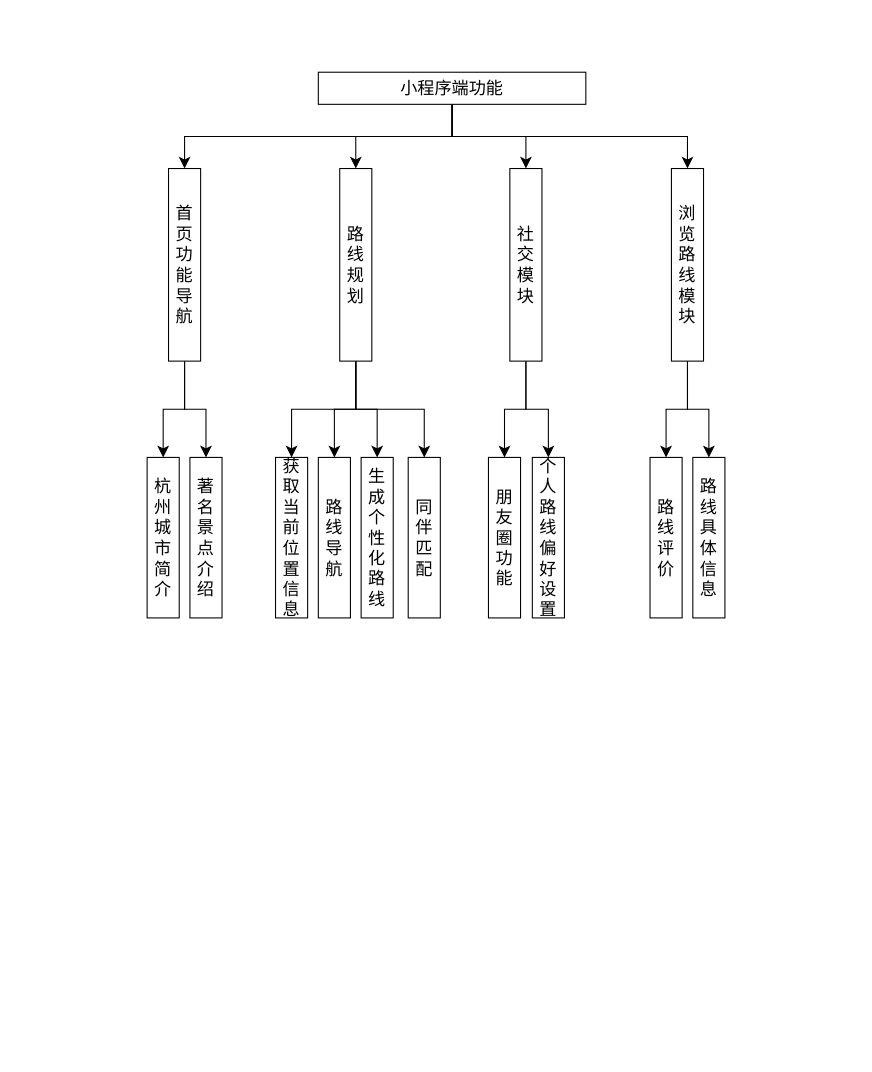
This is 未命名绘图.drawio from PretendYz/Learn-html, a draw.io file, before an edit. Source tidied: cells renumbered, new cells numbered last; positions are measured from the earlier drawing's top-left corner, leaving out a move shared by most shapes. Both pictures are drawn from the tidied source at 107%, with x=0, y=0 at pixel (147, 72).
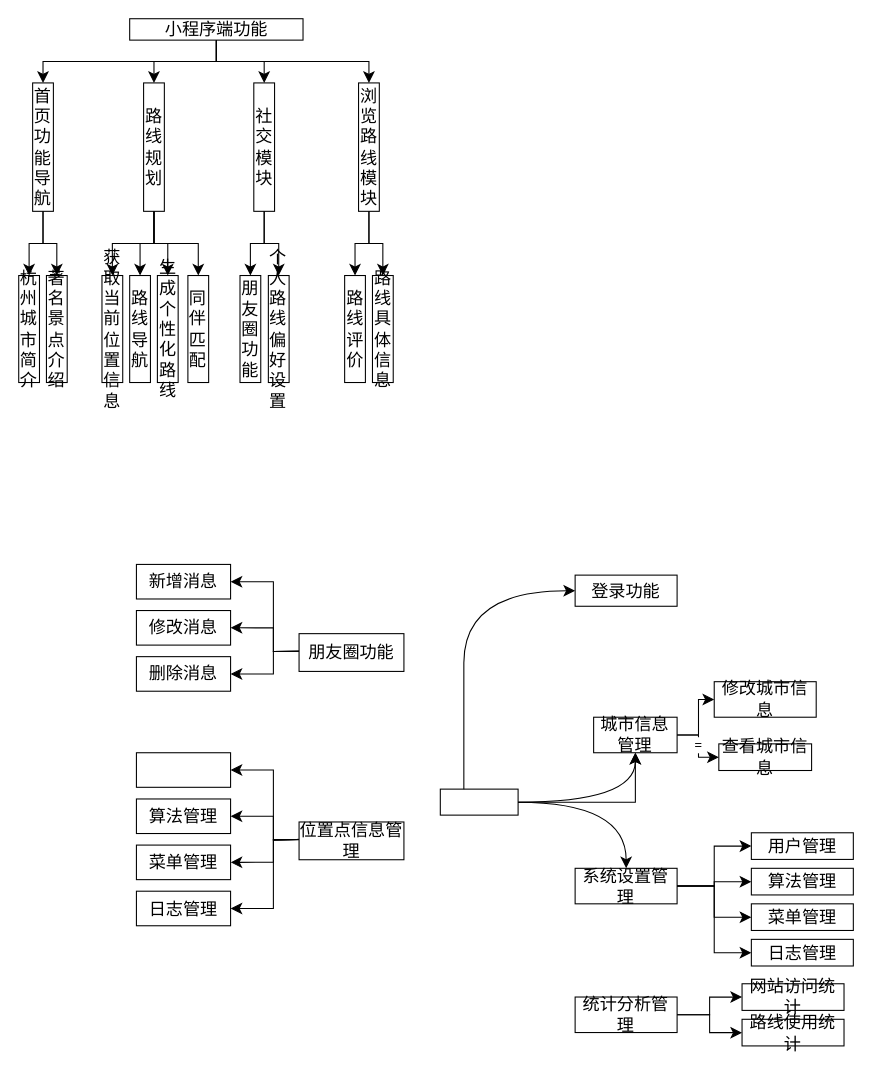
The same page after the edit.

Change to the diagram source:
```diff
@@
+    <mxCell id="31" style="group;" parent="1" vertex="1">
+      <mxGeometry x="-120" y="-50" width="350" height="340" as="geometry" />
+    </mxCell>
+    <mxCell id="6" value="小程序端功能" style="rounded=0;whiteSpace=wrap;html=1;fontSize=16;" parent="31" vertex="1">
+      <mxGeometry x="103.7" width="162" height="20" as="geometry" />
+    </mxCell>
+    <mxCell id="9" value="首页功能导航" style="rounded=0;whiteSpace=wrap;html=1;fontSize=16;" parent="31" vertex="1">
+      <mxGeometry x="13" y="60" width="19.4" height="120" as="geometry" />
+    </mxCell>
-    <mxCell id="2" style="edgeStyle=orthogonalEdgeStyle;rounded=0;jettySize=auto;html=1;exitX=0.5;exitY=1;exitDx=0;exitDy=0;entryX=0.5;entryY=0;entryDx=0;entryDy=0;fontSize=12;startSize=8;endSize=8;" parent="1" edge="1" source="6" target="9">
+    <mxCell id="2" style="edgeStyle=orthogonalEdgeStyle;rounded=0;jettySize=auto;html=1;exitX=0.5;exitY=1;exitDx=0;exitDy=0;entryX=0.5;entryY=0;entryDx=0;entryDy=0;fontSize=12;startSize=8;endSize=8;" parent="31" edge="1" source="6" target="9">
       <mxGeometry relative="1" as="geometry" />
     </mxCell>
-    <mxCell id="3" style="edgeStyle=orthogonalEdgeStyle;rounded=0;jettySize=auto;html=1;fontSize=12;startSize=8;endSize=8;" parent="1" edge="1" source="6" target="17">
-      <mxGeometry relative="1" as="geometry" />
-    </mxCell>
-    <mxCell id="4" style="edgeStyle=orthogonalEdgeStyle;rounded=0;jettySize=auto;html=1;fontSize=12;startSize=8;endSize=8;" parent="1" edge="1" source="6" target="20">
-      <mxGeometry relative="1" as="geometry" />
-    </mxCell>
-    <mxCell id="5" style="edgeStyle=orthogonalEdgeStyle;rounded=0;jettySize=auto;html=1;fontSize=12;startSize=8;endSize=8;exitX=0.5;exitY=1;exitDx=0;exitDy=0;" parent="1" edge="1" source="6" target="27">
-      <mxGeometry relative="1" as="geometry" />
-    </mxCell>
-    <mxCell id="6" value="小程序端功能" style="rounded=0;whiteSpace=wrap;html=1;fontSize=16;" parent="1" vertex="1">
-      <mxGeometry x="160" width="250" height="30" as="geometry" />
-    </mxCell>
+    <mxCell id="10" value="杭州城市简介" style="whiteSpace=wrap;html=1;fontSize=16;rounded=0;" parent="31" vertex="1">
+      <mxGeometry y="240" width="19.4" height="100" as="geometry" />
+    </mxCell>
-    <mxCell id="7" style="edgeStyle=orthogonalEdgeStyle;rounded=0;jettySize=auto;html=1;entryX=0.5;entryY=0;entryDx=0;entryDy=0;fontSize=12;startSize=8;endSize=8;" parent="1" edge="1" source="9" target="10">
+    <mxCell id="7" style="edgeStyle=orthogonalEdgeStyle;rounded=0;jettySize=auto;html=1;entryX=0.5;entryY=0;entryDx=0;entryDy=0;fontSize=12;startSize=8;endSize=8;" parent="31" edge="1" source="9" target="10">
       <mxGeometry relative="1" as="geometry" />
     </mxCell>
+    <mxCell id="11" value="著名景点介绍" style="whiteSpace=wrap;html=1;fontSize=16;rounded=0;" parent="31" vertex="1">
+      <mxGeometry x="25.9" y="240" width="19.4" height="100" as="geometry" />
+    </mxCell>
-    <mxCell id="8" style="edgeStyle=orthogonalEdgeStyle;rounded=0;jettySize=auto;html=1;entryX=0.5;entryY=0;entryDx=0;entryDy=0;fontSize=12;startSize=8;endSize=8;" parent="1" edge="1" source="9" target="11">
+    <mxCell id="8" style="edgeStyle=orthogonalEdgeStyle;rounded=0;jettySize=auto;html=1;entryX=0.5;entryY=0;entryDx=0;entryDy=0;fontSize=12;startSize=8;endSize=8;" parent="31" edge="1" source="9" target="11">
       <mxGeometry relative="1" as="geometry" />
     </mxCell>
-    <mxCell id="9" value="首页功能导航" style="rounded=0;whiteSpace=wrap;html=1;fontSize=16;" parent="1" vertex="1">
-      <mxGeometry x="20" y="90" width="30" height="180" as="geometry" />
-    </mxCell>
-    <mxCell id="10" value="杭州城市简介" style="whiteSpace=wrap;html=1;fontSize=16;rounded=0;" parent="1" vertex="1">
-      <mxGeometry y="360" width="30" height="150" as="geometry" />
-    </mxCell>
-    <mxCell id="11" value="著名景点介绍" style="whiteSpace=wrap;html=1;fontSize=16;rounded=0;" parent="1" vertex="1">
-      <mxGeometry x="40" y="360" width="30" height="150" as="geometry" />
-    </mxCell>
-    <mxCell id="12" value="获取当前位置信息" style="whiteSpace=wrap;html=1;fontSize=16;rounded=0;" parent="1" vertex="1">
-      <mxGeometry x="120" y="360" width="30" height="150" as="geometry" />
+    <mxCell id="12" value="获取当前位置信息" style="whiteSpace=wrap;html=1;fontSize=16;rounded=0;" parent="31" vertex="1">
+      <mxGeometry x="77.8" y="240" width="19.4" height="100" as="geometry" />
     </mxCell>
-    <mxCell id="13" style="edgeStyle=orthogonalEdgeStyle;rounded=0;jettySize=auto;html=1;entryX=0.5;entryY=0;entryDx=0;entryDy=0;fontSize=12;startSize=8;endSize=8;exitX=0.5;exitY=1;exitDx=0;exitDy=0;" parent="1" edge="1" source="17" target="12">
+    <mxCell id="13" style="edgeStyle=orthogonalEdgeStyle;rounded=0;jettySize=auto;html=1;entryX=0.5;entryY=0;entryDx=0;entryDy=0;fontSize=12;startSize=8;endSize=8;exitX=0.5;exitY=1;exitDx=0;exitDy=0;" parent="31" edge="1" source="17" target="12">
       <mxGeometry relative="1" as="geometry" />
     </mxCell>
+    <mxCell id="17" value="路线规划" style="rounded=0;whiteSpace=wrap;html=1;fontSize=16;" parent="31" vertex="1">
+      <mxGeometry x="116.7" y="60" width="19.4" height="120" as="geometry" />
+    </mxCell>
+    <mxCell id="3" style="edgeStyle=orthogonalEdgeStyle;rounded=0;jettySize=auto;html=1;fontSize=12;startSize=8;endSize=8;" parent="31" edge="1" source="6" target="17">
+      <mxGeometry relative="1" as="geometry" />
+    </mxCell>
+    <mxCell id="20" value="社交模块" style="rounded=0;whiteSpace=wrap;html=1;fontSize=16;" parent="31" vertex="1">
+      <mxGeometry x="219.7" y="60" width="19.4" height="120" as="geometry" />
+    </mxCell>
+    <mxCell id="4" style="edgeStyle=orthogonalEdgeStyle;rounded=0;jettySize=auto;html=1;fontSize=12;startSize=8;endSize=8;" parent="31" edge="1" source="6" target="20">
+      <mxGeometry relative="1" as="geometry" />
+    </mxCell>
+    <mxCell id="21" value="生成个性化路线" style="whiteSpace=wrap;html=1;fontSize=16;rounded=0;" parent="31" vertex="1">
+      <mxGeometry x="129.6" y="240" width="19.4" height="100" as="geometry" />
+    </mxCell>
+    <mxCell id="15" style="edgeStyle=orthogonalEdgeStyle;rounded=0;jettySize=auto;html=1;fontSize=12;startSize=8;endSize=8;exitX=0.5;exitY=1;exitDx=0;exitDy=0;" parent="31" edge="1" source="17" target="21">
+      <mxGeometry relative="1" as="geometry" />
+    </mxCell>
+    <mxCell id="22" value="朋友圈功能" style="whiteSpace=wrap;html=1;fontSize=16;rounded=0;" parent="31" vertex="1">
+      <mxGeometry x="206.8" y="240" width="19.4" height="100" as="geometry" />
+    </mxCell>
+    <mxCell id="18" style="edgeStyle=orthogonalEdgeStyle;rounded=0;jettySize=auto;html=1;entryX=0.5;entryY=0;entryDx=0;entryDy=0;fontSize=12;startSize=8;endSize=8;" parent="31" edge="1" source="20" target="22">
+      <mxGeometry relative="1" as="geometry" />
+    </mxCell>
+    <mxCell id="23" value="个人路线偏好设置" style="whiteSpace=wrap;html=1;fontSize=16;rounded=0;" parent="31" vertex="1">
+      <mxGeometry x="233.3" y="240" width="19.4" height="100" as="geometry" />
+    </mxCell>
+    <mxCell id="19" style="edgeStyle=orthogonalEdgeStyle;rounded=0;jettySize=auto;html=1;entryX=0.5;entryY=0;entryDx=0;entryDy=0;fontSize=12;startSize=8;endSize=8;exitX=0.5;exitY=1;exitDx=0;exitDy=0;" parent="31" edge="1" source="20" target="23">
+      <mxGeometry relative="1" as="geometry" />
+    </mxCell>
+    <mxCell id="24" value="同伴匹配" style="whiteSpace=wrap;html=1;fontSize=16;rounded=0;" parent="31" vertex="1">
+      <mxGeometry x="158.1" y="240" width="19.4" height="100" as="geometry" />
+    </mxCell>
+    <mxCell id="16" style="edgeStyle=orthogonalEdgeStyle;rounded=0;jettySize=auto;html=1;entryX=0.5;entryY=0;entryDx=0;entryDy=0;fontSize=12;startSize=8;endSize=8;exitX=0.5;exitY=1;exitDx=0;exitDy=0;" parent="31" edge="1" source="17" target="24">
+      <mxGeometry relative="1" as="geometry" />
+    </mxCell>
+    <mxCell id="27" value="浏览路线模块" style="rounded=0;whiteSpace=wrap;html=1;fontSize=16;" parent="31" vertex="1">
+      <mxGeometry x="317.6" y="60" width="19.4" height="120" as="geometry" />
+    </mxCell>
+    <mxCell id="5" style="edgeStyle=orthogonalEdgeStyle;rounded=0;jettySize=auto;html=1;fontSize=12;startSize=8;endSize=8;exitX=0.5;exitY=1;exitDx=0;exitDy=0;" parent="31" edge="1" source="6" target="27">
+      <mxGeometry relative="1" as="geometry" />
+    </mxCell>
+    <mxCell id="28" value="路线评价" style="whiteSpace=wrap;html=1;fontSize=16;rounded=0;" parent="31" vertex="1">
+      <mxGeometry x="304.6" y="240" width="19.4" height="100" as="geometry" />
+    </mxCell>
+    <mxCell id="25" style="edgeStyle=orthogonalEdgeStyle;rounded=0;jettySize=auto;html=1;entryX=0.5;entryY=0;entryDx=0;entryDy=0;fontSize=12;startSize=8;endSize=8;" parent="31" edge="1" source="27" target="28">
+      <mxGeometry relative="1" as="geometry" />
+    </mxCell>
+    <mxCell id="29" value="路线具体信息" style="whiteSpace=wrap;html=1;fontSize=16;rounded=0;" parent="31" vertex="1">
+      <mxGeometry x="330.6" y="240" width="19.4" height="100" as="geometry" />
+    </mxCell>
+    <mxCell id="26" style="edgeStyle=orthogonalEdgeStyle;rounded=0;jettySize=auto;html=1;entryX=0.5;entryY=0;entryDx=0;entryDy=0;fontSize=12;startSize=8;endSize=8;" parent="31" edge="1" source="27" target="29">
+      <mxGeometry relative="1" as="geometry" />
+    </mxCell>
+    <mxCell id="30" value="路线导航" style="whiteSpace=wrap;html=1;fontSize=16;rounded=0;" parent="31" vertex="1">
+      <mxGeometry x="103.7" y="240" width="19.4" height="100" as="geometry" />
+    </mxCell>
-    <mxCell id="14" style="edgeStyle=orthogonalEdgeStyle;rounded=0;jettySize=auto;html=1;entryX=0.5;entryY=0;entryDx=0;entryDy=0;fontSize=12;startSize=8;endSize=8;" parent="1" edge="1" source="17" target="30">
+    <mxCell id="14" style="edgeStyle=orthogonalEdgeStyle;rounded=0;jettySize=auto;html=1;entryX=0.5;entryY=0;entryDx=0;entryDy=0;fontSize=12;startSize=8;endSize=8;" parent="31" edge="1" source="17" target="30">
       <mxGeometry relative="1" as="geometry" />
     </mxCell>
-    <mxCell id="15" style="edgeStyle=orthogonalEdgeStyle;rounded=0;jettySize=auto;html=1;fontSize=12;startSize=8;endSize=8;exitX=0.5;exitY=1;exitDx=0;exitDy=0;" parent="1" edge="1" source="17" target="21">
-      <mxGeometry relative="1" as="geometry" />
-    </mxCell>
-    <mxCell id="16" style="edgeStyle=orthogonalEdgeStyle;rounded=0;jettySize=auto;html=1;entryX=0.5;entryY=0;entryDx=0;entryDy=0;fontSize=12;startSize=8;endSize=8;exitX=0.5;exitY=1;exitDx=0;exitDy=0;" parent="1" edge="1" source="17" target="24">
-      <mxGeometry relative="1" as="geometry" />
-    </mxCell>
-    <mxCell id="17" value="路线规划" style="rounded=0;whiteSpace=wrap;html=1;fontSize=16;" parent="1" vertex="1">
-      <mxGeometry x="180" y="90" width="30" height="180" as="geometry" />
-    </mxCell>
-    <mxCell id="18" style="edgeStyle=orthogonalEdgeStyle;rounded=0;jettySize=auto;html=1;entryX=0.5;entryY=0;entryDx=0;entryDy=0;fontSize=12;startSize=8;endSize=8;" parent="1" edge="1" source="20" target="22">
-      <mxGeometry relative="1" as="geometry" />
-    </mxCell>
-    <mxCell id="19" style="edgeStyle=orthogonalEdgeStyle;rounded=0;jettySize=auto;html=1;entryX=0.5;entryY=0;entryDx=0;entryDy=0;fontSize=12;startSize=8;endSize=8;exitX=0.5;exitY=1;exitDx=0;exitDy=0;" parent="1" edge="1" source="20" target="23">
-      <mxGeometry relative="1" as="geometry" />
-    </mxCell>
-    <mxCell id="20" value="社交模块" style="rounded=0;whiteSpace=wrap;html=1;fontSize=16;" parent="1" vertex="1">
-      <mxGeometry x="339" y="90" width="30" height="180" as="geometry" />
-    </mxCell>
-    <mxCell id="21" value="生成个性化路线" style="whiteSpace=wrap;html=1;fontSize=16;rounded=0;" parent="1" vertex="1">
-      <mxGeometry x="200" y="360" width="30" height="150" as="geometry" />
-    </mxCell>
-    <mxCell id="22" value="朋友圈功能" style="whiteSpace=wrap;html=1;fontSize=16;rounded=0;" parent="1" vertex="1">
-      <mxGeometry x="319" y="360" width="30" height="150" as="geometry" />
-    </mxCell>
-    <mxCell id="23" value="个人路线偏好设置" style="whiteSpace=wrap;html=1;fontSize=16;rounded=0;" parent="1" vertex="1">
-      <mxGeometry x="360" y="360" width="30" height="150" as="geometry" />
-    </mxCell>
-    <mxCell id="24" value="同伴匹配" style="whiteSpace=wrap;html=1;fontSize=16;rounded=0;" parent="1" vertex="1">
-      <mxGeometry x="244" y="360" width="30" height="150" as="geometry" />
-    </mxCell>
-    <mxCell id="25" style="edgeStyle=orthogonalEdgeStyle;rounded=0;jettySize=auto;html=1;entryX=0.5;entryY=0;entryDx=0;entryDy=0;fontSize=12;startSize=8;endSize=8;" parent="1" edge="1" source="27" target="28">
-      <mxGeometry relative="1" as="geometry" />
-    </mxCell>
-    <mxCell id="26" style="edgeStyle=orthogonalEdgeStyle;rounded=0;jettySize=auto;html=1;entryX=0.5;entryY=0;entryDx=0;entryDy=0;fontSize=12;startSize=8;endSize=8;" parent="1" edge="1" source="27" target="29">
-      <mxGeometry relative="1" as="geometry" />
-    </mxCell>
-    <mxCell id="27" value="浏览路线模块" style="rounded=0;whiteSpace=wrap;html=1;fontSize=16;" parent="1" vertex="1">
-      <mxGeometry x="490" y="90" width="30" height="180" as="geometry" />
-    </mxCell>
-    <mxCell id="28" value="路线评价" style="whiteSpace=wrap;html=1;fontSize=16;rounded=0;" parent="1" vertex="1">
-      <mxGeometry x="470" y="360" width="30" height="150" as="geometry" />
-    </mxCell>
-    <mxCell id="29" value="路线具体信息" style="whiteSpace=wrap;html=1;fontSize=16;rounded=0;" parent="1" vertex="1">
-      <mxGeometry x="510" y="360" width="30" height="150" as="geometry" />
-    </mxCell>
-    <mxCell id="30" value="路线导航" style="whiteSpace=wrap;html=1;fontSize=16;rounded=0;" parent="1" vertex="1">
-      <mxGeometry x="160" y="360" width="30" height="150" as="geometry" />
-    </mxCell>
+    <mxCell id="32" style="rounded=0;whiteSpace=wrap;html=1;fontSize=16;" parent="1" vertex="1">
+      <mxGeometry x="274" y="670" width="72.7" height="24.3" as="geometry" />
+    </mxCell>
+    <mxCell id="33" value="登录功能" style="rounded=0;whiteSpace=wrap;html=1;fontSize=16;" parent="1" vertex="1">
+      <mxGeometry x="400" y="470" width="95.3" height="29.1" as="geometry" />
+    </mxCell>
+    <mxCell id="34" style="edgeStyle=orthogonalEdgeStyle;rounded=0;jettySize=auto;html=1;fontSize=12;startSize=8;endSize=8;curved=1;" parent="1" edge="1" source="32" target="33">
+      <mxGeometry relative="1" as="geometry">
+        <Array as="points">
+          <mxPoint x="296" y="619.4" />
+          <mxPoint x="296" y="484.1" />
+        </Array>
+      </mxGeometry>
+    </mxCell>
+    <mxCell id="35" value="城市信息管理" style="rounded=0;whiteSpace=wrap;html=1;fontSize=16;" parent="1" vertex="1">
+      <mxGeometry x="417.3" y="602.8" width="78" height="33.2" as="geometry" />
+    </mxCell>
+    <mxCell id="36" style="edgeStyle=orthogonalEdgeStyle;rounded=0;jettySize=auto;html=1;fontSize=12;startSize=8;endSize=8;" parent="1" edge="1" source="32" target="35">
+      <mxGeometry relative="1" as="geometry" />
+    </mxCell>
+    <mxCell id="37" style="edgeStyle=orthogonalEdgeStyle;rounded=0;jettySize=auto;html=1;fontSize=12;startSize=8;endSize=8;curved=1;" parent="1" edge="1" source="32" target="35">
+      <mxGeometry relative="1" as="geometry" />
+    </mxCell>
+    <mxCell id="38" value="修改城市信息" style="whiteSpace=wrap;html=1;fontSize=16;rounded=0;" parent="1" vertex="1">
+      <mxGeometry x="530" y="569.6" width="95.3" height="33.2" as="geometry" />
+    </mxCell>
+    <mxCell id="39" style="edgeStyle=orthogonalEdgeStyle;rounded=0;jettySize=auto;html=1;fontSize=12;startSize=8;endSize=8;" parent="1" edge="1" source="35" target="38">
+      <mxGeometry relative="1" as="geometry" />
+    </mxCell>
+    <mxCell id="40" value="查看城市信息" style="whiteSpace=wrap;html=1;fontSize=16;rounded=0;" parent="1" vertex="1">
+      <mxGeometry x="534.3" y="627.7" width="86.7" height="24.9" as="geometry" />
+    </mxCell>
+    <mxCell id="41" value="=" style="edgeStyle=orthogonalEdgeStyle;rounded=0;jettySize=auto;html=1;fontSize=12;startSize=8;endSize=8;" parent="1" edge="1" source="35" target="40">
+      <mxGeometry relative="1" as="geometry" />
+    </mxCell>
+    <mxCell id="42" value="系统设置管理" style="rounded=0;whiteSpace=wrap;html=1;fontSize=16;" parent="1" vertex="1">
+      <mxGeometry x="400" y="744" width="95.3" height="33.2" as="geometry" />
+    </mxCell>
+    <mxCell id="43" style="edgeStyle=orthogonalEdgeStyle;rounded=0;jettySize=auto;html=1;fontSize=12;startSize=8;endSize=8;curved=1;" parent="1" edge="1" source="32" target="42">
+      <mxGeometry relative="1" as="geometry" />
+    </mxCell>
+    <mxCell id="44" value="用户管理" style="whiteSpace=wrap;html=1;fontSize=16;rounded=0;" parent="1" vertex="1">
+      <mxGeometry x="564.7" y="710.8" width="95.3" height="24.9" as="geometry" />
+    </mxCell>
+    <mxCell id="45" style="edgeStyle=orthogonalEdgeStyle;rounded=0;jettySize=auto;html=1;fontSize=12;startSize=8;endSize=8;entryX=0;entryY=0.5;entryDx=0;entryDy=0;" parent="1" edge="1" source="42" target="44">
+      <mxGeometry relative="1" as="geometry" />
+    </mxCell>
+    <mxCell id="46" value="算法管理" style="whiteSpace=wrap;html=1;fontSize=16;rounded=0;" parent="1" vertex="1">
+      <mxGeometry x="564.7" y="744" width="95.3" height="24.9" as="geometry" />
+    </mxCell>
+    <mxCell id="47" style="edgeStyle=orthogonalEdgeStyle;rounded=0;jettySize=auto;html=1;fontSize=12;startSize=8;endSize=8;" parent="1" edge="1" source="42" target="46">
+      <mxGeometry relative="1" as="geometry" />
+    </mxCell>
+    <mxCell id="48" value="菜单管理" style="whiteSpace=wrap;html=1;fontSize=16;rounded=0;" parent="1" vertex="1">
+      <mxGeometry x="564.7" y="777.2" width="95.3" height="24.9" as="geometry" />
+    </mxCell>
+    <mxCell id="49" style="edgeStyle=orthogonalEdgeStyle;rounded=0;jettySize=auto;html=1;fontSize=12;startSize=8;endSize=8;entryX=0;entryY=0.5;entryDx=0;entryDy=0;" parent="1" edge="1" source="42" target="48">
+      <mxGeometry relative="1" as="geometry" />
+    </mxCell>
+    <mxCell id="50" value="日志管理" style="whiteSpace=wrap;html=1;fontSize=16;rounded=0;" parent="1" vertex="1">
+      <mxGeometry x="564.7" y="810.4" width="95.3" height="24.9" as="geometry" />
+    </mxCell>
+    <mxCell id="51" style="edgeStyle=orthogonalEdgeStyle;rounded=0;jettySize=auto;html=1;exitX=1;exitY=0.5;exitDx=0;exitDy=0;entryX=0;entryY=0.5;entryDx=0;entryDy=0;fontSize=12;startSize=8;endSize=8;" parent="1" edge="1" source="42" target="50">
+      <mxGeometry relative="1" as="geometry" />
+    </mxCell>
+    <mxCell id="52" value="统计分析管理" style="rounded=0;whiteSpace=wrap;html=1;fontSize=16;" parent="1" vertex="1">
+      <mxGeometry x="400" y="864.3" width="95.3" height="33.2" as="geometry" />
+    </mxCell>
+    <mxCell id="53" value="网站访问统计" style="whiteSpace=wrap;html=1;fontSize=16;rounded=0;" parent="1" vertex="1">
+      <mxGeometry x="556" y="851.9" width="95.3" height="24.9" as="geometry" />
+    </mxCell>
+    <mxCell id="54" style="edgeStyle=orthogonalEdgeStyle;rounded=0;jettySize=auto;html=1;fontSize=12;startSize=8;endSize=8;entryX=0;entryY=0.5;entryDx=0;entryDy=0;" parent="1" edge="1" source="52" target="53">
+      <mxGeometry relative="1" as="geometry" />
+    </mxCell>
+    <mxCell id="55" value="路线使用统计" style="whiteSpace=wrap;html=1;fontSize=16;rounded=0;" parent="1" vertex="1">
+      <mxGeometry x="556" y="885.1" width="95.3" height="24.9" as="geometry" />
+    </mxCell>
+    <mxCell id="56" style="edgeStyle=orthogonalEdgeStyle;rounded=0;jettySize=auto;html=1;fontSize=12;startSize=8;endSize=8;" parent="1" edge="1" source="52" target="55">
+      <mxGeometry relative="1" as="geometry" />
+    </mxCell>
+    <mxCell id="57" style="edgeStyle=orthogonalEdgeStyle;rounded=0;jettySize=auto;html=1;fontSize=12;startSize=8;endSize=8;entryX=1;entryY=0.5;entryDx=0;entryDy=0;" parent="1" edge="1" target="61">
+      <mxGeometry relative="1" as="geometry">
+        <mxPoint x="158" y="540.9" as="sourcePoint" />
+      </mxGeometry>
+    </mxCell>
+    <mxCell id="58" style="edgeStyle=orthogonalEdgeStyle;rounded=0;jettySize=auto;html=1;fontSize=12;startSize=8;endSize=8;entryX=1;entryY=0.5;entryDx=0;entryDy=0;" parent="1" edge="1" target="62">
+      <mxGeometry relative="1" as="geometry">
+        <mxPoint x="158" y="540.9" as="sourcePoint" />
+      </mxGeometry>
+    </mxCell>
+    <mxCell id="59" style="edgeStyle=orthogonalEdgeStyle;rounded=0;jettySize=auto;html=1;fontSize=12;startSize=8;endSize=8;entryX=1;entryY=0.5;entryDx=0;entryDy=0;" parent="1" edge="1" target="63">
+      <mxGeometry relative="1" as="geometry">
+        <mxPoint x="158" y="540.9" as="sourcePoint" />
+      </mxGeometry>
+    </mxCell>
+    <mxCell id="60" value="朋友圈功能" style="rounded=0;whiteSpace=wrap;html=1;fontSize=16;" parent="1" vertex="1">
+      <mxGeometry x="142" y="524.7" width="98" height="35.3" as="geometry" />
+    </mxCell>
+    <mxCell id="61" value="新增消息" style="whiteSpace=wrap;html=1;fontSize=16;rounded=0;" parent="1" vertex="1">
+      <mxGeometry x="-10" y="460" width="88" height="32.3" as="geometry" />
+    </mxCell>
+    <mxCell id="62" value="修改消息" style="whiteSpace=wrap;html=1;fontSize=16;rounded=0;" parent="1" vertex="1">
+      <mxGeometry x="-10" y="503.1" width="88" height="32.3" as="geometry" />
+    </mxCell>
+    <mxCell id="63" value="删除消息" style="whiteSpace=wrap;html=1;fontSize=16;rounded=0;" parent="1" vertex="1">
+      <mxGeometry x="-10" y="546.2" width="88" height="32.3" as="geometry" />
+    </mxCell>
+    <mxCell id="64" style="edgeStyle=orthogonalEdgeStyle;rounded=0;jettySize=auto;html=1;fontSize=12;startSize=8;endSize=8;entryX=1;entryY=0.5;entryDx=0;entryDy=0;" parent="1" edge="1" target="69">
+      <mxGeometry relative="1" as="geometry">
+        <mxPoint x="158" y="716.9" as="sourcePoint" />
+      </mxGeometry>
+    </mxCell>
+    <mxCell id="65" style="edgeStyle=orthogonalEdgeStyle;rounded=0;jettySize=auto;html=1;fontSize=12;startSize=8;endSize=8;entryX=1;entryY=0.5;entryDx=0;entryDy=0;" parent="1" edge="1" target="70">
+      <mxGeometry relative="1" as="geometry">
+        <mxPoint x="158" y="716.9" as="sourcePoint" />
+      </mxGeometry>
+    </mxCell>
+    <mxCell id="66" style="edgeStyle=orthogonalEdgeStyle;rounded=0;jettySize=auto;html=1;fontSize=12;startSize=8;endSize=8;entryX=1;entryY=0.5;entryDx=0;entryDy=0;" parent="1" edge="1" target="71">
+      <mxGeometry relative="1" as="geometry">
+        <mxPoint x="158" y="716.9" as="sourcePoint" />
+      </mxGeometry>
+    </mxCell>
+    <mxCell id="67" style="edgeStyle=orthogonalEdgeStyle;rounded=0;jettySize=auto;html=1;exitX=1;exitY=0.5;exitDx=0;exitDy=0;entryX=1;entryY=0.5;entryDx=0;entryDy=0;fontSize=12;startSize=8;endSize=8;" parent="1" edge="1" target="72">
+      <mxGeometry relative="1" as="geometry">
+        <mxPoint x="158" y="716.9" as="sourcePoint" />
+      </mxGeometry>
+    </mxCell>
+    <mxCell id="68" value="位置点信息管理" style="rounded=0;whiteSpace=wrap;html=1;fontSize=16;" parent="1" vertex="1">
+      <mxGeometry x="142" y="700.7" width="98" height="35.3" as="geometry" />
+    </mxCell>
+    <mxCell id="69" style="whiteSpace=wrap;html=1;fontSize=16;rounded=0;" parent="1" vertex="1">
+      <mxGeometry x="-10" y="636" width="88" height="32.3" as="geometry" />
+    </mxCell>
+    <mxCell id="70" value="算法管理" style="whiteSpace=wrap;html=1;fontSize=16;rounded=0;" parent="1" vertex="1">
+      <mxGeometry x="-10" y="679.2" width="88" height="32.3" as="geometry" />
+    </mxCell>
+    <mxCell id="71" value="菜单管理" style="whiteSpace=wrap;html=1;fontSize=16;rounded=0;" parent="1" vertex="1">
+      <mxGeometry x="-10" y="722.3" width="88" height="32.3" as="geometry" />
+    </mxCell>
+    <mxCell id="72" value="日志管理" style="whiteSpace=wrap;html=1;fontSize=16;rounded=0;" parent="1" vertex="1">
+      <mxGeometry x="-10" y="765.4" width="88" height="32.3" as="geometry" />
+    </mxCell>
```
